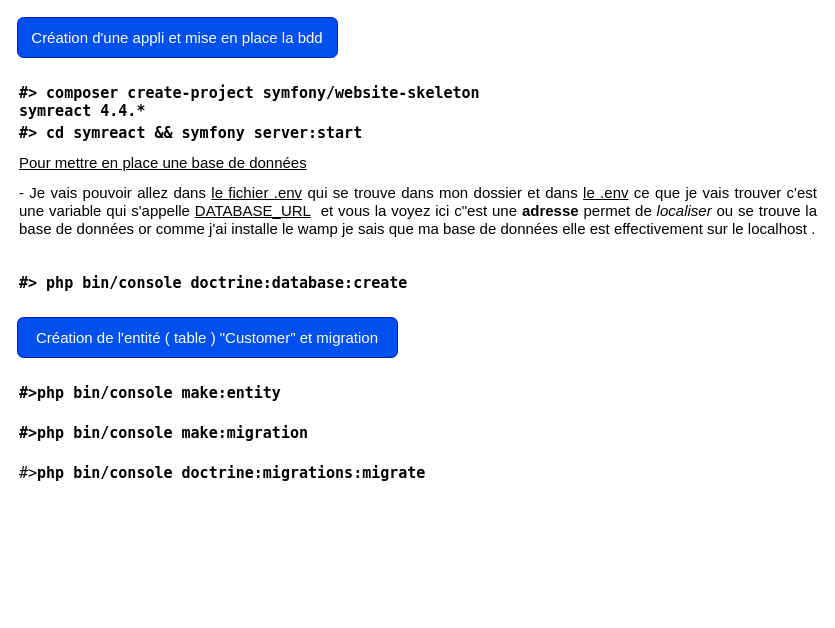
Before: page "Mise en place l'app , les entities, et des fixtures" (2 of 2) of symfony_4_api_platform.drawio in JihedGo/symfony-4-api-platform, a draw.io diagram. Source tidied: cells renumbered, new cells numbered last; positions are measured from the earlier drawing's top-left corner, leaving out a move shared by most shapes. Both pictures are drawn from the tidied source at 100%, with x=0, y=0 at pixel (17, 17).
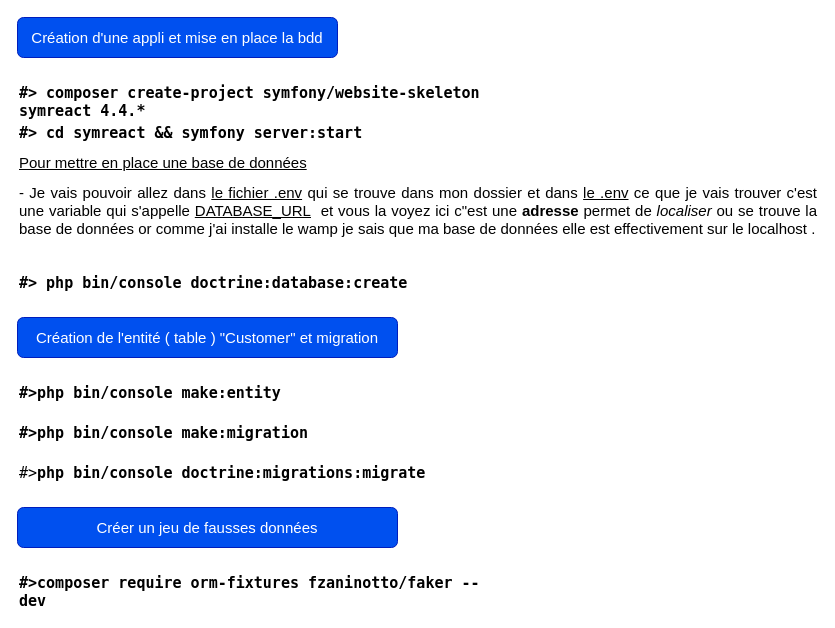
The same page after the edit.

What changed in the source:
```diff
@@
 <mxGraphModel>
   <root>
     <mxCell id="0" />
     <mxCell id="1" parent="0" />
     <mxCell id="2" value="Création d'une appli et mise en place la bdd" style="rounded=1;whiteSpace=wrap;html=1;fontSize=15;fillColor=#0050ef;strokeColor=#001DBC;fontColor=#ffffff;" parent="1" vertex="1">
       <mxGeometry width="320" height="40" as="geometry" />
     </mxCell>
     <mxCell id="3" value="#&amp;gt; composer create-project symfony/website-skeleton symreact 4.4.*" style="text;whiteSpace=wrap;html=1;fontSize=15;fontStyle=1;fontFamily=Lucida Console;" parent="1" vertex="1">
       <mxGeometry y="60" width="500" height="30" as="geometry" />
     </mxCell>
     <mxCell id="4" value="#&amp;gt; cd symreact &amp;amp;&amp;amp; symfony server:start" style="text;whiteSpace=wrap;html=1;fontSize=15;fontStyle=1;fontFamily=Lucida Console;" parent="1" vertex="1">
       <mxGeometry y="100" width="480" height="30" as="geometry" />
     </mxCell>
     <mxCell id="5" value="Pour mettre en place une base de données" style="text;whiteSpace=wrap;html=1;fontSize=15;fontStyle=4;" parent="1" vertex="1">
       <mxGeometry y="130" width="480" height="30" as="geometry" />
     </mxCell>
     <mxCell id="6" value="&lt;div style=&quot;text-align: justify&quot;&gt;- Je vais pouvoir allez dans &lt;u&gt;le fichier .env&lt;/u&gt; qui se trouve dans mon dossier et dans &lt;u&gt;le .env&lt;/u&gt; ce que je vais trouver c'est une variable qui s'appelle &lt;u&gt;DATABASE_URL&lt;/u&gt;&amp;nbsp; et vous la voyez ici c&quot;est une &lt;b&gt;adresse&lt;/b&gt; permet de &lt;i&gt;localiser&lt;/i&gt; ou se trouve la base de données or comme j'ai installe le wamp je sais que ma base de données elle est effectivement sur le localhost .&lt;/div&gt;" style="text;whiteSpace=wrap;html=1;fontSize=15;" parent="1" vertex="1">
       <mxGeometry y="160" width="800" height="80" as="geometry" />
     </mxCell>
     <mxCell id="7" value="#&amp;gt; php bin/console doctrine:database:create" style="text;whiteSpace=wrap;html=1;fontSize=15;fontStyle=1;fontFamily=Lucida Console;" parent="1" vertex="1">
       <mxGeometry y="250" width="480" height="30" as="geometry" />
     </mxCell>
     <mxCell id="8" value="Création de l'entité ( table ) &quot;Customer&quot; et migration" style="rounded=1;whiteSpace=wrap;html=1;fontSize=15;fillColor=#0050ef;strokeColor=#001DBC;fontColor=#ffffff;" parent="1" vertex="1">
       <mxGeometry y="300" width="380" height="40" as="geometry" />
     </mxCell>
     <mxCell id="9" value="#&amp;gt;&lt;span&gt;php bin/console make:entity&lt;br&gt;&lt;/span&gt;" style="text;whiteSpace=wrap;html=1;fontSize=15;fontStyle=1;fontFamily=Lucida Console;" parent="1" vertex="1">
       <mxGeometry y="360" width="480" height="30" as="geometry" />
     </mxCell>
     <mxCell id="10" value="#&amp;gt;&lt;span&gt;php bin/console make:migration&lt;br&gt;&lt;br&gt;&lt;/span&gt;" style="text;whiteSpace=wrap;html=1;fontSize=15;fontStyle=1;fontFamily=Lucida Console;" parent="1" vertex="1">
       <mxGeometry y="400" width="480" height="30" as="geometry" />
     </mxCell>
     <mxCell id="11" value="&lt;span style=&quot;font-weight: 400&quot;&gt;#&amp;gt;&lt;/span&gt;php bin/console doctrine:migrations:migrate" style="text;whiteSpace=wrap;html=1;fontSize=15;fontStyle=1;fontFamily=Lucida Console;" parent="1" vertex="1">
       <mxGeometry y="440" width="480" height="30" as="geometry" />
     </mxCell>
+    <mxCell id="12" value="Créer un jeu de fausses données" style="rounded=1;whiteSpace=wrap;html=1;fontSize=15;fillColor=#0050ef;strokeColor=#001DBC;fontColor=#ffffff;" parent="1" vertex="1">
+      <mxGeometry y="490" width="380" height="40" as="geometry" />
+    </mxCell>
+    <mxCell id="13" value="#&amp;gt;composer require orm-fixtures fzaninotto/faker --dev&lt;span&gt;&lt;br&gt;&lt;/span&gt;" style="text;whiteSpace=wrap;html=1;fontSize=15;fontStyle=1;fontFamily=Lucida Console;" parent="1" vertex="1">
+      <mxGeometry y="550" width="480" height="30" as="geometry" />
+    </mxCell>
   </root>
 </mxGraphModel>
```
